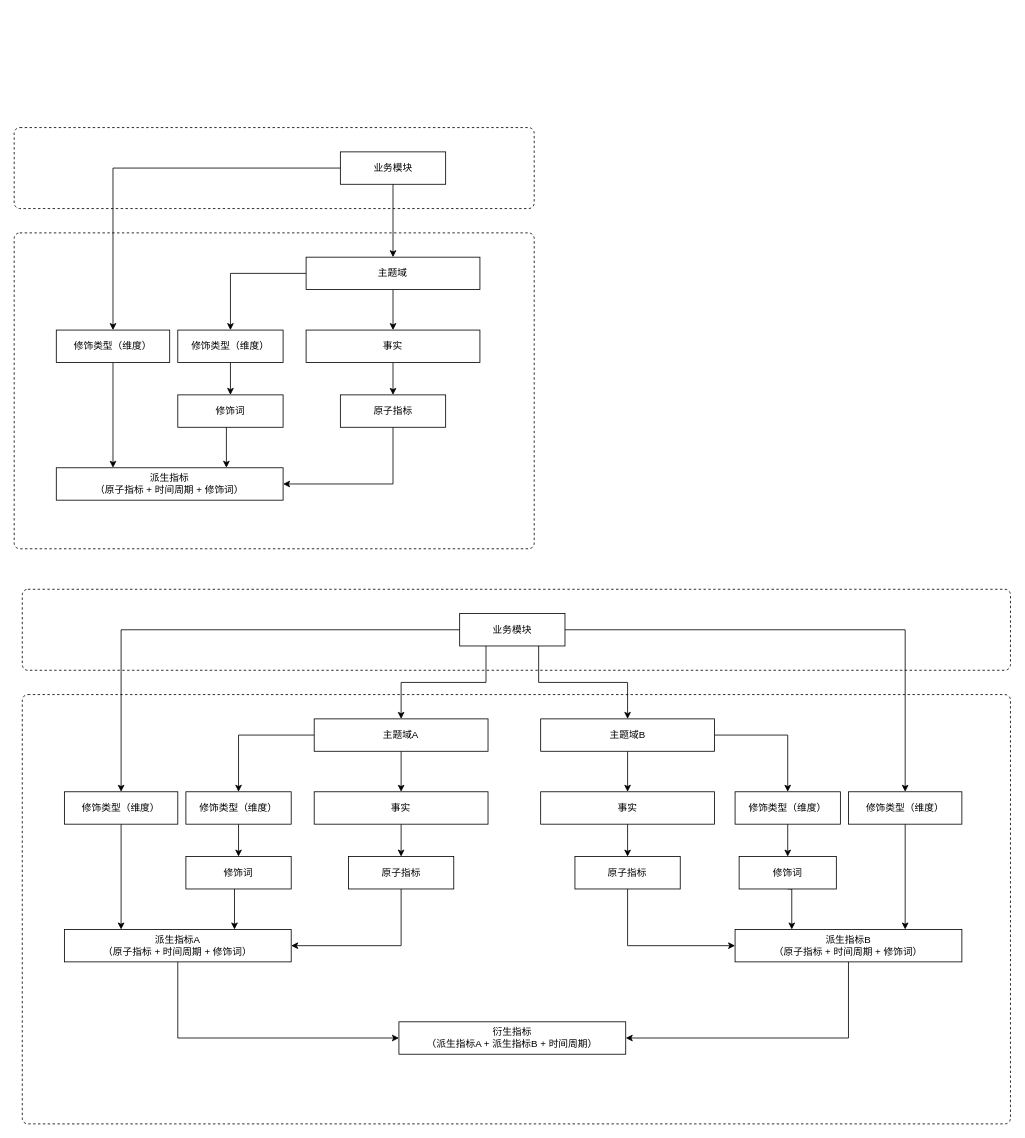
Earlier version of the draw.io diagram page "数据模型总体架构" (2 of 4) of 海外汽车市场数据集成.drawio (wangzijia122/drawio_repository). Source tidied: cells renumbered, new cells numbered last; positions are measured from the earlier drawing's top-left corner, leaving out a move shared by most shapes. Both pictures are drawn from the tidied source at 81%, with x=0, y=0 at pixel (14, 127).
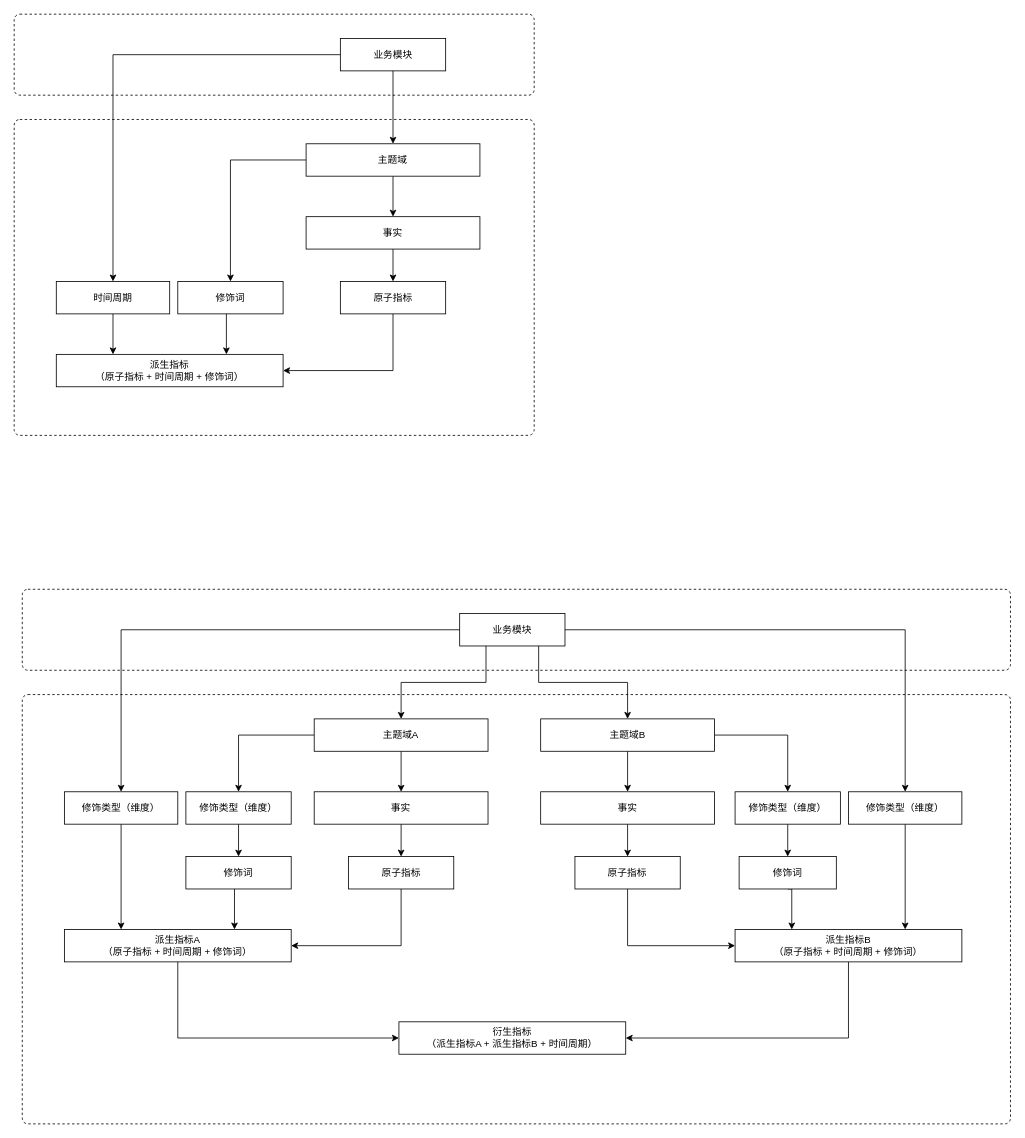
The same page after the edit.

The edit, as a diff of the source:
```diff
@@
     <mxCell id="40" style="rounded=1;whiteSpace=wrap;html=1;absoluteArcSize=1;arcSize=14;strokeWidth=1;dashed=1;align=left;" parent="1" vertex="1">
-      <mxGeometry width="642" height="100" as="geometry" />
+      <mxGeometry y="-140" width="642" height="100" as="geometry" />
     </mxCell>
     <mxCell id="41" value="业务模块" style="rounded=0;whiteSpace=wrap;html=1;" parent="1" vertex="1">
-      <mxGeometry x="402.7" y="30" width="130" height="40" as="geometry" />
+      <mxGeometry x="402.7" y="-110" width="130" height="40" as="geometry" />
     </mxCell>
     <mxCell id="42" style="rounded=1;whiteSpace=wrap;html=1;absoluteArcSize=1;arcSize=14;strokeWidth=1;dashed=1;" parent="1" vertex="1">
-      <mxGeometry y="130" width="642" height="390" as="geometry" />
+      <mxGeometry y="-10" width="642" height="390" as="geometry" />
     </mxCell>
     <mxCell id="43" value="派生指标&lt;br&gt;（原子指标 + 时间周期 + 修饰词）" style="rounded=0;whiteSpace=wrap;html=1;" parent="1" vertex="1">
-      <mxGeometry x="52" y="420" width="280" height="40" as="geometry" />
+      <mxGeometry x="52" y="280" width="280" height="40" as="geometry" />
     </mxCell>
-    <mxCell id="44" style="edgeStyle=orthogonalEdgeStyle;rounded=0;jettySize=auto;html=1;exitX=0.5;exitY=1;exitDx=0;exitDy=0;entryX=0.5;entryY=0;entryDx=0;entryDy=0;" parent="1" edge="1" source="45" target="56">
-      <mxGeometry relative="1" as="geometry" />
-    </mxCell>
-    <mxCell id="45" value="修饰类型（维度）" style="rounded=0;whiteSpace=wrap;html=1;" parent="1" vertex="1">
-      <mxGeometry x="202" y="250" width="130" height="40" as="geometry" />
-    </mxCell>
-    <mxCell id="46" style="edgeStyle=orthogonalEdgeStyle;rounded=0;jettySize=auto;html=1;exitX=0;exitY=0.5;exitDx=0;exitDy=0;entryX=0.5;entryY=0;entryDx=0;entryDy=0;" parent="1" edge="1" source="48" target="45">
+    <mxCell id="46" style="edgeStyle=orthogonalEdgeStyle;rounded=0;jettySize=auto;html=1;exitX=0;exitY=0.5;exitDx=0;exitDy=0;entryX=0.5;entryY=0;entryDx=0;entryDy=0;" parent="1" edge="1" source="48" target="56">
       <mxGeometry relative="1" as="geometry" />
     </mxCell>
@@
     <mxCell id="48" value="主题域" style="rounded=0;whiteSpace=wrap;html=1;" parent="1" vertex="1">
-      <mxGeometry x="360.4" y="160" width="214.6" height="40" as="geometry" />
+      <mxGeometry x="360.4" y="20" width="214.6" height="40" as="geometry" />
     </mxCell>
@@
-    <mxCell id="50" value="修饰类型（维度）" style="rounded=0;whiteSpace=wrap;html=1;" parent="1" vertex="1">
-      <mxGeometry x="52" y="250" width="140" height="40" as="geometry" />
+    <mxCell id="50" value="时间周期" style="rounded=0;whiteSpace=wrap;html=1;" parent="1" vertex="1">
+      <mxGeometry x="52" y="190" width="140" height="40" as="geometry" />
     </mxCell>
@@
     <mxCell id="53" value="事实" style="rounded=0;whiteSpace=wrap;html=1;" parent="1" vertex="1">
-      <mxGeometry x="360.4" y="250" width="214.6" height="40" as="geometry" />
+      <mxGeometry x="360.4" y="110" width="214.6" height="40" as="geometry" />
     </mxCell>
@@
     <mxCell id="55" style="edgeStyle=orthogonalEdgeStyle;rounded=0;jettySize=auto;html=1;exitX=0.5;exitY=1;exitDx=0;exitDy=0;entryX=0.75;entryY=0;entryDx=0;entryDy=0;" parent="1" edge="1" source="56" target="43">
       <mxGeometry relative="1" as="geometry">
         <Array as="points">
-          <mxPoint x="262" y="360" />
+          <mxPoint x="262" y="220" />
         </Array>
       </mxGeometry>
     </mxCell>
     <mxCell id="56" value="修饰词" style="rounded=0;whiteSpace=wrap;html=1;" parent="1" vertex="1">
-      <mxGeometry x="202" y="330" width="130" height="40" as="geometry" />
+      <mxGeometry x="202" y="190" width="130" height="40" as="geometry" />
     </mxCell>
@@
     <mxCell id="58" value="原子指标" style="rounded=0;whiteSpace=wrap;html=1;" parent="1" vertex="1">
-      <mxGeometry x="402.7" y="330" width="130" height="40" as="geometry" />
+      <mxGeometry x="402.7" y="190" width="130" height="40" as="geometry" />
     </mxCell>
```
